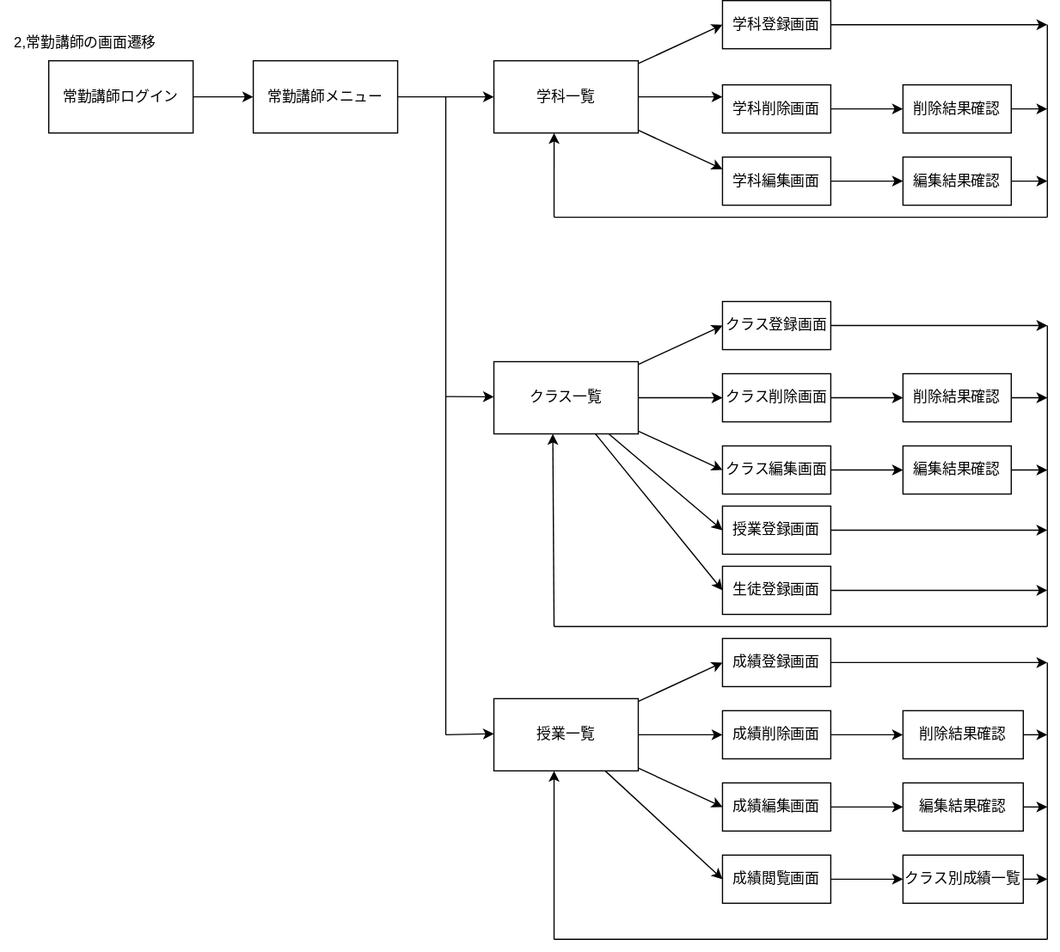
Above: teamG4.drawio.svg in Skypeace8585/uml-introduction (draw.io), before the change. Source tidied: cells renumbered, new cells last; positions are measured from the earlier drawing's top-left corner, leaving out a move shared by most shapes.
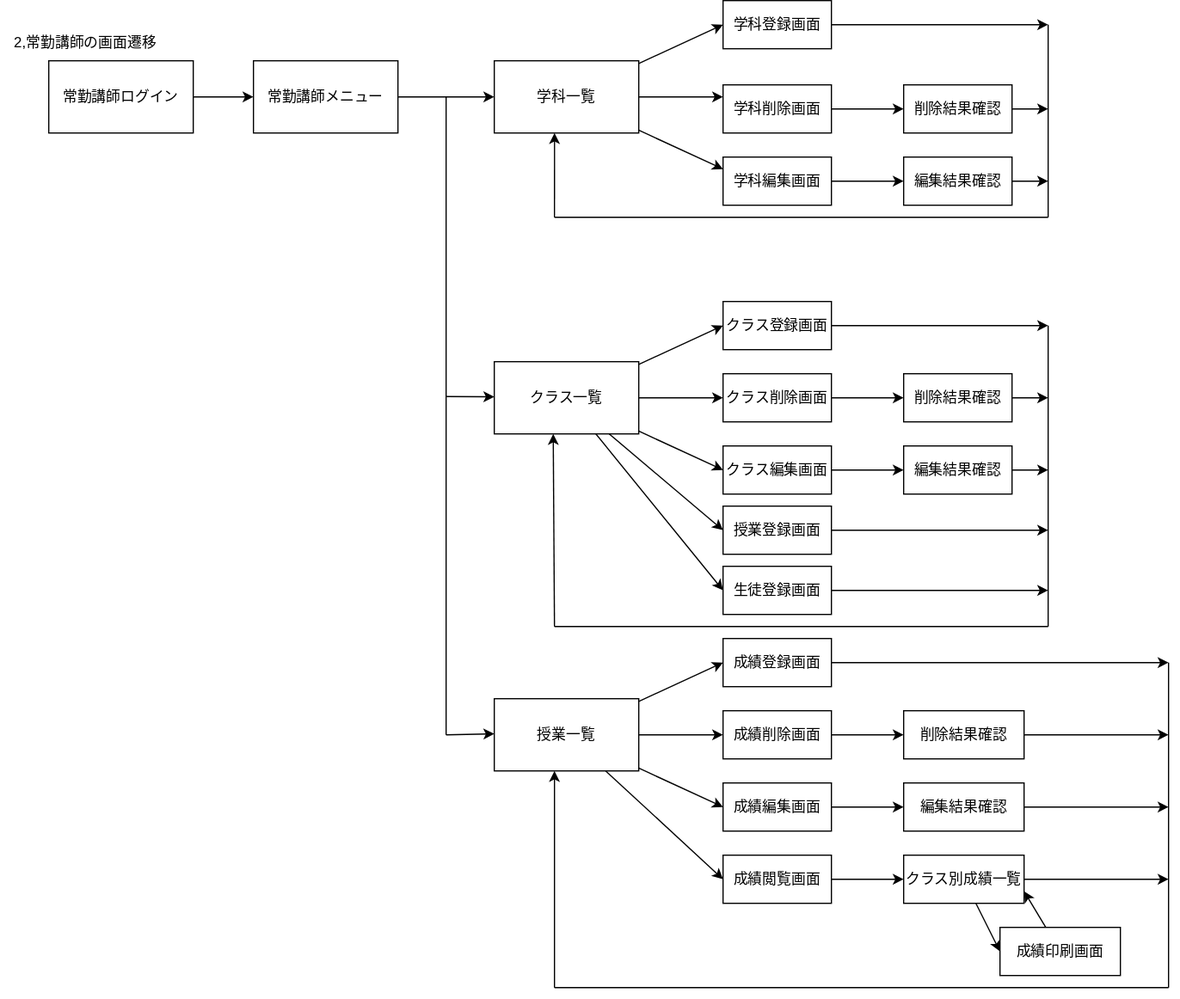
The same file after the commit.

The edit, as a diff of the source:
```diff
@@ -209,7 +209,7 @@
     </mxCell>
     <mxCell id="55" style="edgeStyle=none;html=1;" parent="1" edge="1" source="56">
       <mxGeometry relative="1" as="geometry">
-        <mxPoint x="870" y="550" as="targetPoint" />
+        <mxPoint x="970" y="550" as="targetPoint" />
       </mxGeometry>
     </mxCell>
     <mxCell id="56" value="成績登録画面　" style="rounded=0;whiteSpace=wrap;html=1;" parent="1" vertex="1">
@@ -223,7 +223,7 @@
     </mxCell>
     <mxCell id="59" style="edgeStyle=none;html=1;" parent="1" edge="1" source="60">
       <mxGeometry relative="1" as="geometry">
-        <mxPoint x="870" y="610" as="targetPoint" />
+        <mxPoint x="970" y="610" as="targetPoint" />
       </mxGeometry>
     </mxCell>
     <mxCell id="60" value="削除結果確認" style="rounded=0;whiteSpace=wrap;html=1;" parent="1" vertex="1">
@@ -237,7 +237,7 @@
     </mxCell>
     <mxCell id="63" style="edgeStyle=none;html=1;" parent="1" edge="1" source="64">
       <mxGeometry relative="1" as="geometry">
-        <mxPoint x="870" y="670" as="targetPoint" />
+        <mxPoint x="970" y="670" as="targetPoint" />
       </mxGeometry>
     </mxCell>
     <mxCell id="64" value="編集結果確認" style="rounded=0;whiteSpace=wrap;html=1;" parent="1" vertex="1">
@@ -251,29 +251,38 @@
     </mxCell>
     <mxCell id="67" style="edgeStyle=none;html=1;" parent="1" edge="1" source="68">
       <mxGeometry relative="1" as="geometry">
-        <mxPoint x="870" y="730" as="targetPoint" />
+        <mxPoint x="970" y="730" as="targetPoint" />
       </mxGeometry>
     </mxCell>
+    <mxCell id="72" style="edgeStyle=none;html=1;entryX=0;entryY=0.5;entryDx=0;entryDy=0;" parent="1" edge="1" source="68" target="74">
+      <mxGeometry relative="1" as="geometry" />
+    </mxCell>
     <mxCell id="68" value="クラス別成績一覧" style="rounded=0;whiteSpace=wrap;html=1;" parent="1" vertex="1">
       <mxGeometry x="750" y="710" width="100" height="40" as="geometry" />
     </mxCell>
     <mxCell id="69" style="endArrow=none;html=1;" parent="1" edge="1">
       <mxGeometry relative="1" as="geometry">
-        <mxPoint x="870" y="780" as="sourcePoint" />
-        <mxPoint x="870" y="550" as="targetPoint" />
+        <mxPoint x="970" y="820" as="sourcePoint" />
+        <mxPoint x="970" y="550" as="targetPoint" />
       </mxGeometry>
     </mxCell>
     <mxCell id="70" style="endArrow=none;html=1;" parent="1" edge="1">
       <mxGeometry relative="1" as="geometry">
-        <mxPoint x="460" y="780" as="sourcePoint" />
-        <mxPoint x="870" y="780" as="targetPoint" />
+        <mxPoint x="460" y="820" as="sourcePoint" />
+        <mxPoint x="970" y="820" as="targetPoint" />
       </mxGeometry>
     </mxCell>
     <mxCell id="71" style="endArrow=classic;html=1;entryX=0.408;entryY=1.001;entryDx=0;entryDy=0;entryPerimeter=0;" parent="1" edge="1">
       <mxGeometry relative="1" as="geometry">
-        <mxPoint x="460" y="780" as="sourcePoint" />
+        <mxPoint x="460" y="820" as="sourcePoint" />
         <mxPoint x="460" y="640" as="targetPoint" />
       </mxGeometry>
     </mxCell>
+    <mxCell id="73" style="edgeStyle=none;html=1;entryX=1;entryY=0.75;entryDx=0;entryDy=0;" parent="1" edge="1" source="74" target="68">
+      <mxGeometry relative="1" as="geometry" />
+    </mxCell>
+    <mxCell id="74" value="成績印刷画面" style="rounded=0;whiteSpace=wrap;html=1;" parent="1" vertex="1">
+      <mxGeometry x="830" y="770" width="100" height="40" as="geometry" />
+    </mxCell>
   </root>
 </mxGraphModel>
```
